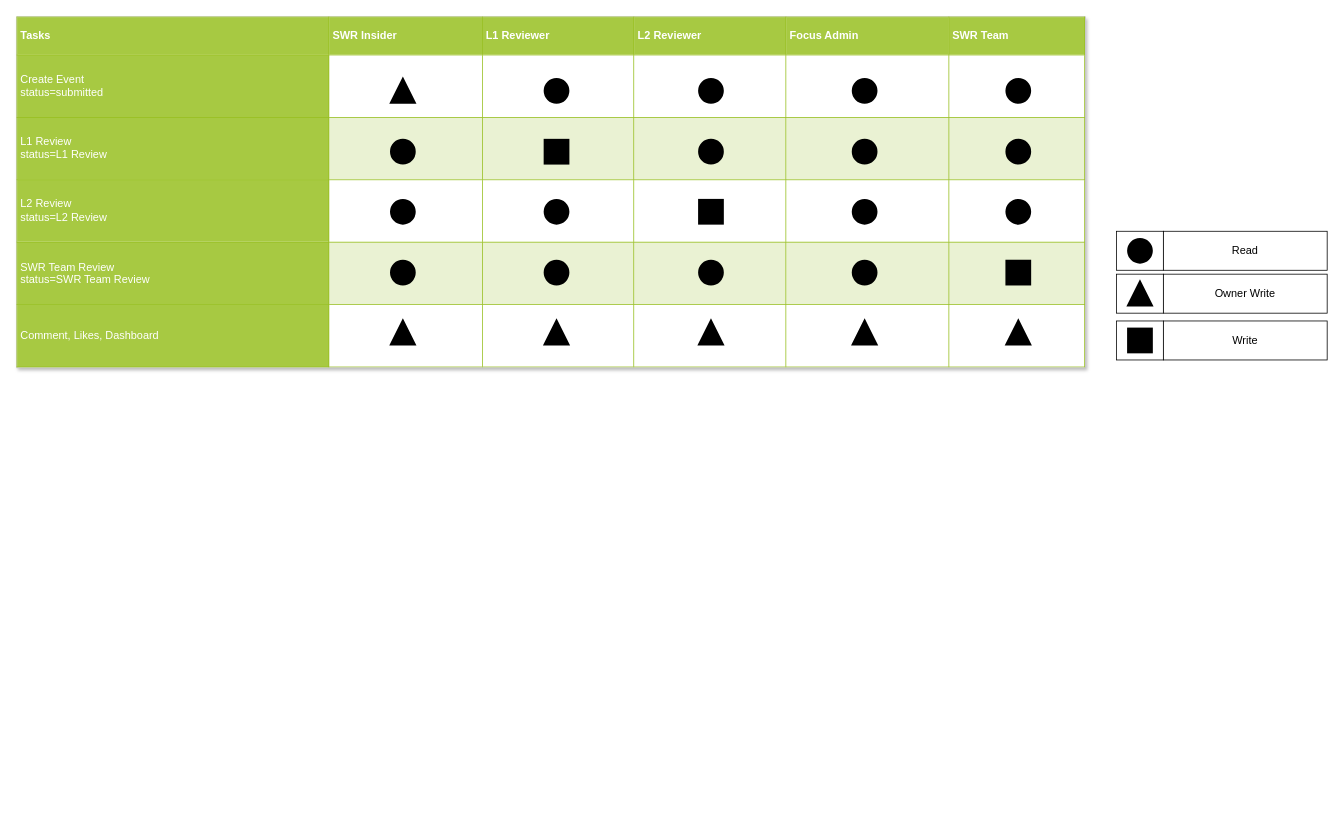
skinwalker-ranch-insiders/anomaly_reporting_diagrams keeps this draw.io diagram as diagrams/swr_access_matrix.drawio. Above is the earlier version. Source tidied: cells renumbered, new cells numbered last; positions are measured from the earlier drawing's top-left corner, leaving out a move shared by most shapes. Both pictures are drawn from the tidied source at 78%, with x=0, y=0 at pixel (16, 16).
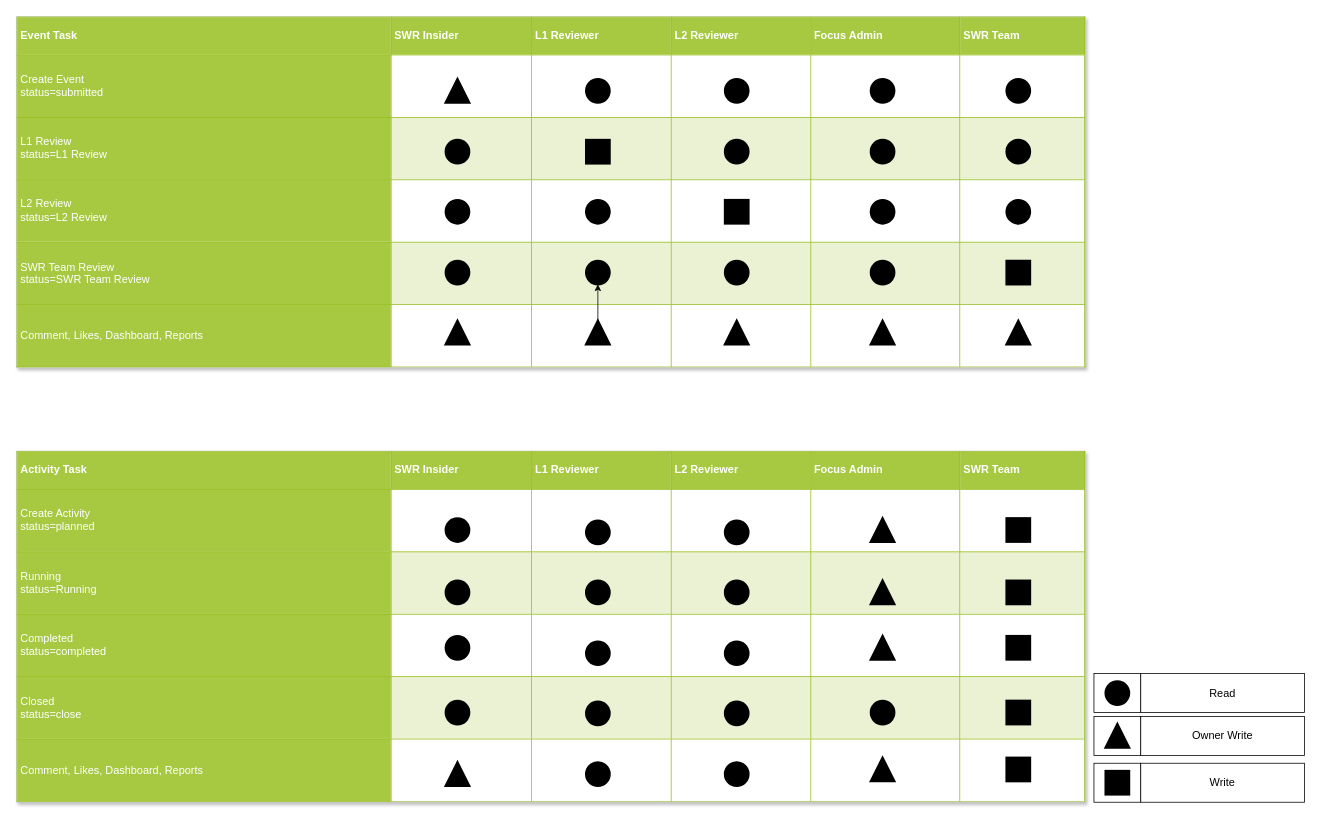
After the change.

Commit message (it also covers changes not shown here):
Activity Matrix added

Change to the diagram source:
```diff
@@
     <mxCell id="2" style="whiteSpace=wrap;html=1;rounded=0;shadow=0;strokeWidth=1;fontSize=14;" parent="1" vertex="1">
-      <mxGeometry x="1410" y="390" width="60" height="50" as="geometry" />
+      <mxGeometry x="1381" y="957" width="60" height="50" as="geometry" />
     </mxCell>
     <mxCell id="3" value="Write" style="whiteSpace=wrap;html=1;rounded=0;shadow=0;strokeWidth=1;fontSize=14;" parent="1" vertex="1">
-      <mxGeometry x="1470" y="390" width="210" height="50" as="geometry" />
+      <mxGeometry x="1441" y="957" width="210" height="50" as="geometry" />
     </mxCell>
     <mxCell id="4" style="whiteSpace=wrap;html=1;rounded=0;shadow=0;strokeWidth=1;fontSize=14;" parent="1" vertex="1">
-      <mxGeometry x="1410" y="330" width="60" height="50" as="geometry" />
+      <mxGeometry x="1381" y="897" width="60" height="50" as="geometry" />
     </mxCell>
     <mxCell id="5" value="Owner Write" style="whiteSpace=wrap;html=1;rounded=0;shadow=0;strokeWidth=1;fontSize=14;" parent="1" vertex="1">
-      <mxGeometry x="1470" y="330" width="210" height="50" as="geometry" />
+      <mxGeometry x="1441" y="897" width="210" height="50" as="geometry" />
     </mxCell>
     <mxCell id="6" style="whiteSpace=wrap;html=1;rounded=0;shadow=0;strokeWidth=1;fontSize=14;" parent="1" vertex="1">
-      <mxGeometry x="1410" y="275" width="60" height="50" as="geometry" />
+      <mxGeometry x="1381" y="842" width="60" height="50" as="geometry" />
     </mxCell>
     <mxCell id="7" value="Read" style="whiteSpace=wrap;html=1;rounded=0;shadow=0;strokeWidth=1;fontSize=14;" parent="1" vertex="1">
-      <mxGeometry x="1470" y="275" width="210" height="50" as="geometry" />
+      <mxGeometry x="1441" y="842" width="210" height="50" as="geometry" />
     </mxCell>
-    <mxCell id="8" value="&lt;table border=&quot;1&quot; width=&quot;100%&quot; cellpadding=&quot;4&quot; style=&quot;width: 100% ; height: 100% ; border-collapse: collapse&quot;&gt;&lt;tbody&gt;&lt;tr style=&quot;background-color: #a7c942 ; color: #ffffff ; border: 1px solid #98bf21&quot;&gt;&lt;th&gt;Tasks&lt;/th&gt;&lt;th&gt;SWR Insider&lt;/th&gt;&lt;th&gt;L1 Reviewer&lt;/th&gt;&lt;th&gt;L2 Reviewer&lt;/th&gt;&lt;th&gt;Focus Admin&lt;/th&gt;&lt;th&gt;SWR Team&lt;/th&gt;&lt;/tr&gt;&lt;tr style=&quot;border: 1px solid #98bf21&quot;&gt;&lt;td style=&quot;background-color: #a7c942 ; color: #ffffff ; border: 1px solid #98bf21&quot;&gt;Create Event&lt;br&gt;status=submitted&lt;/td&gt;&lt;td&gt;&lt;/td&gt;&lt;td&gt;&lt;/td&gt;&lt;td&gt;&lt;br&gt;&lt;/td&gt;&lt;td&gt;&lt;br&gt;&lt;/td&gt;&lt;td&gt;&lt;br&gt;&lt;/td&gt;&lt;/tr&gt;&lt;tr style=&quot;background-color: #eaf2d3 ; border: 1px solid #98bf21&quot;&gt;&lt;td style=&quot;background-color: #a7c942 ; color: #ffffff ; border: 1px solid #98bf21&quot;&gt;L1 Review&lt;br&gt;status=L1 Review&lt;/td&gt;&lt;td&gt;&lt;/td&gt;&lt;td&gt;&lt;/td&gt;&lt;td&gt;&lt;br&gt;&lt;/td&gt;&lt;td&gt;&lt;br&gt;&lt;/td&gt;&lt;td&gt;&lt;br&gt;&lt;/td&gt;&lt;/tr&gt;&lt;tr style=&quot;border: 1px solid #98bf21&quot;&gt;&lt;td style=&quot;background-color: #a7c942 ; color: #ffffff ; border: 1px solid #98bf21&quot;&gt;L2 Review&lt;br&gt;status=L2 Review&lt;/td&gt;&lt;td&gt;&lt;/td&gt;&lt;td&gt;&lt;/td&gt;&lt;td&gt;&lt;br&gt;&lt;/td&gt;&lt;td&gt;&lt;br&gt;&lt;/td&gt;&lt;td&gt;&lt;br&gt;&lt;/td&gt;&lt;/tr&gt;&lt;tr style=&quot;background-color: #eaf2d3 ; border: 1px solid #98bf21&quot;&gt;&lt;td style=&quot;background-color: #a7c942 ; color: #ffffff ; border: 1px solid #98bf21&quot;&gt;SWR Team Review&lt;br&gt;status=SWR Team Review&lt;/td&gt;&lt;td&gt;&lt;/td&gt;&lt;td&gt;&lt;/td&gt;&lt;td&gt;&lt;br&gt;&lt;/td&gt;&lt;td&gt;&lt;br&gt;&lt;/td&gt;&lt;td&gt;&lt;br&gt;&lt;/td&gt;&lt;/tr&gt;&lt;tr style=&quot;border: 1px solid #98bf21&quot;&gt;&lt;td style=&quot;background-color: #a7c942 ; color: #ffffff ; border: 1px solid #98bf21&quot;&gt;Comment, Likes, Dashboard&lt;/td&gt;&lt;td&gt;&lt;br&gt;&lt;br&gt;&lt;/td&gt;&lt;td&gt;&lt;/td&gt;&lt;td&gt;&lt;/td&gt;&lt;td&gt;&lt;/td&gt;&lt;td&gt;&lt;/td&gt;&lt;/tr&gt;&lt;/tbody&gt;&lt;/table&gt;" style="text;html=1;strokeColor=#c0c0c0;fillColor=#ffffff;overflow=fill;rounded=0;shadow=1;fontSize=14;fontColor=#000000;" parent="1" vertex="1">
+    <mxCell id="8" value="&lt;table border=&quot;1&quot; width=&quot;100%&quot; cellpadding=&quot;4&quot; style=&quot;width: 100% ; height: 100% ; border-collapse: collapse&quot;&gt;&lt;tbody&gt;&lt;tr style=&quot;background-color: #a7c942 ; color: #ffffff ; border: 1px solid #98bf21&quot;&gt;&lt;th&gt;Event Task&lt;/th&gt;&lt;th&gt;SWR Insider&lt;/th&gt;&lt;th&gt;L1 Reviewer&lt;/th&gt;&lt;th&gt;L2 Reviewer&lt;/th&gt;&lt;th&gt;Focus Admin&lt;/th&gt;&lt;th&gt;SWR Team&lt;/th&gt;&lt;/tr&gt;&lt;tr style=&quot;border: 1px solid #98bf21&quot;&gt;&lt;td style=&quot;background-color: #a7c942 ; color: #ffffff ; border: 1px solid #98bf21&quot;&gt;Create Event&lt;br&gt;status=submitted&lt;/td&gt;&lt;td&gt;&lt;/td&gt;&lt;td&gt;&lt;/td&gt;&lt;td&gt;&lt;br&gt;&lt;/td&gt;&lt;td&gt;&lt;br&gt;&lt;/td&gt;&lt;td&gt;&lt;br&gt;&lt;/td&gt;&lt;/tr&gt;&lt;tr style=&quot;background-color: #eaf2d3 ; border: 1px solid #98bf21&quot;&gt;&lt;td style=&quot;background-color: #a7c942 ; color: #ffffff ; border: 1px solid #98bf21&quot;&gt;L1 Review&lt;br&gt;status=L1 Review&lt;/td&gt;&lt;td&gt;&lt;/td&gt;&lt;td&gt;&lt;/td&gt;&lt;td&gt;&lt;br&gt;&lt;/td&gt;&lt;td&gt;&lt;br&gt;&lt;/td&gt;&lt;td&gt;&lt;br&gt;&lt;/td&gt;&lt;/tr&gt;&lt;tr style=&quot;border: 1px solid #98bf21&quot;&gt;&lt;td style=&quot;background-color: #a7c942 ; color: #ffffff ; border: 1px solid #98bf21&quot;&gt;L2 Review&lt;br&gt;status=L2 Review&lt;/td&gt;&lt;td&gt;&lt;/td&gt;&lt;td&gt;&lt;/td&gt;&lt;td&gt;&lt;br&gt;&lt;/td&gt;&lt;td&gt;&lt;br&gt;&lt;/td&gt;&lt;td&gt;&lt;br&gt;&lt;/td&gt;&lt;/tr&gt;&lt;tr style=&quot;background-color: #eaf2d3 ; border: 1px solid #98bf21&quot;&gt;&lt;td style=&quot;background-color: #a7c942 ; color: #ffffff ; border: 1px solid #98bf21&quot;&gt;SWR Team Review&lt;br&gt;status=SWR Team Review&lt;/td&gt;&lt;td&gt;&lt;/td&gt;&lt;td&gt;&lt;/td&gt;&lt;td&gt;&lt;br&gt;&lt;/td&gt;&lt;td&gt;&lt;br&gt;&lt;/td&gt;&lt;td&gt;&lt;br&gt;&lt;/td&gt;&lt;/tr&gt;&lt;tr style=&quot;border: 1px solid #98bf21&quot;&gt;&lt;td style=&quot;background-color: #a7c942 ; color: #ffffff ; border: 1px solid #98bf21&quot;&gt;Comment, Likes, Dashboard, Reports&lt;/td&gt;&lt;td&gt;&lt;br&gt;&lt;br&gt;&lt;/td&gt;&lt;td&gt;&lt;/td&gt;&lt;td&gt;&lt;/td&gt;&lt;td&gt;&lt;/td&gt;&lt;td&gt;&lt;/td&gt;&lt;/tr&gt;&lt;/tbody&gt;&lt;/table&gt;" style="text;html=1;strokeColor=#c0c0c0;fillColor=#ffffff;overflow=fill;rounded=0;shadow=1;fontSize=14;fontColor=#000000;" parent="1" vertex="1">
       <mxGeometry width="1370" height="450" as="geometry" />
     </mxCell>
     <mxCell id="9" style="ellipse;whiteSpace=wrap;html=1;rounded=0;shadow=0;strokeWidth=3;fontSize=14;fillColor=#000000;" parent="1" vertex="1">
-      <mxGeometry x="1425" y="285" width="30" height="30" as="geometry" />
+      <mxGeometry x="1396" y="852" width="30" height="30" as="geometry" />
     </mxCell>
     <mxCell id="10" style="triangle;whiteSpace=wrap;html=1;rounded=0;shadow=0;strokeWidth=3;fillColor=#000000;fontSize=14;direction=north;" parent="1" vertex="1">
-      <mxGeometry x="1425" y="340" width="30" height="30" as="geometry" />
+      <mxGeometry x="1396" y="907" width="30" height="30" as="geometry" />
     </mxCell>
     <mxCell id="11" style="ellipse;whiteSpace=wrap;html=1;rounded=0;shadow=0;strokeWidth=3;fontSize=14;fillColor=#000000;" parent="1" vertex="1">
-      <mxGeometry x="677" y="80" width="30" height="30" as="geometry" />
+      <mxGeometry x="730" y="80" width="30" height="30" as="geometry" />
     </mxCell>
     <mxCell id="12" style="triangle;whiteSpace=wrap;html=1;rounded=0;shadow=0;strokeWidth=3;fillColor=#000000;fontSize=14;direction=north;" parent="1" vertex="1">
-      <mxGeometry x="480" y="80" width="30" height="30" as="geometry" />
+      <mxGeometry x="550" y="80" width="30" height="30" as="geometry" />
     </mxCell>
     <mxCell id="13" style="whiteSpace=wrap;html=1;rounded=0;shadow=0;strokeWidth=3;fillColor=#000000;fontSize=14;" parent="1" vertex="1">
-      <mxGeometry x="1425" y="400" width="30" height="30" as="geometry" />
+      <mxGeometry x="1396" y="967" width="30" height="30" as="geometry" />
     </mxCell>
     <mxCell id="14" style="ellipse;whiteSpace=wrap;html=1;rounded=0;shadow=0;strokeWidth=3;fontSize=14;fillColor=#000000;" parent="1" vertex="1">
-      <mxGeometry x="875" y="80" width="30" height="30" as="geometry" />
+      <mxGeometry x="908" y="80" width="30" height="30" as="geometry" />
     </mxCell>
     <mxCell id="15" style="ellipse;whiteSpace=wrap;html=1;rounded=0;shadow=0;strokeWidth=3;fontSize=14;fillColor=#000000;" parent="1" vertex="1">
-      <mxGeometry x="1072" y="80" width="30" height="30" as="geometry" />
+      <mxGeometry x="1095" y="80" width="30" height="30" as="geometry" />
     </mxCell>
@@
     <mxCell id="17" style="whiteSpace=wrap;html=1;rounded=0;shadow=0;strokeWidth=3;fillColor=#000000;fontSize=14;" parent="1" vertex="1">
-      <mxGeometry x="677" y="158" width="30" height="30" as="geometry" />
+      <mxGeometry x="730" y="158" width="30" height="30" as="geometry" />
     </mxCell>
     <mxCell id="18" style="whiteSpace=wrap;html=1;rounded=0;shadow=0;strokeWidth=3;fillColor=#000000;fontSize=14;" parent="1" vertex="1">
-      <mxGeometry x="875" y="235" width="30" height="30" as="geometry" />
+      <mxGeometry x="908" y="235" width="30" height="30" as="geometry" />
     </mxCell>
@@
     <mxCell id="20" style="ellipse;whiteSpace=wrap;html=1;rounded=0;shadow=0;strokeWidth=3;fontSize=14;fillColor=#000000;" parent="1" vertex="1">
-      <mxGeometry x="480" y="158" width="30" height="30" as="geometry" />
+      <mxGeometry x="550" y="158" width="30" height="30" as="geometry" />
     </mxCell>
     <mxCell id="21" style="ellipse;whiteSpace=wrap;html=1;rounded=0;shadow=0;strokeWidth=3;fontSize=14;fillColor=#000000;" parent="1" vertex="1">
-      <mxGeometry x="480" y="235" width="30" height="30" as="geometry" />
+      <mxGeometry x="550" y="235" width="30" height="30" as="geometry" />
     </mxCell>
     <mxCell id="22" style="ellipse;whiteSpace=wrap;html=1;rounded=0;shadow=0;strokeWidth=3;fontSize=14;fillColor=#000000;" parent="1" vertex="1">
-      <mxGeometry x="480" y="313" width="30" height="30" as="geometry" />
+      <mxGeometry x="550" y="313" width="30" height="30" as="geometry" />
     </mxCell>
     <mxCell id="23" style="ellipse;whiteSpace=wrap;html=1;rounded=0;shadow=0;strokeWidth=3;fontSize=14;fillColor=#000000;" parent="1" vertex="1">
-      <mxGeometry x="677" y="313" width="30" height="30" as="geometry" />
+      <mxGeometry x="730" y="313" width="30" height="30" as="geometry" />
     </mxCell>
     <mxCell id="24" style="ellipse;whiteSpace=wrap;html=1;rounded=0;shadow=0;strokeWidth=3;fontSize=14;fillColor=#000000;" parent="1" vertex="1">
-      <mxGeometry x="677" y="235" width="30" height="30" as="geometry" />
+      <mxGeometry x="730" y="235" width="30" height="30" as="geometry" />
     </mxCell>
     <mxCell id="25" style="ellipse;whiteSpace=wrap;html=1;rounded=0;shadow=0;strokeWidth=3;fontSize=14;fillColor=#000000;" parent="1" vertex="1">
-      <mxGeometry x="875" y="313" width="30" height="30" as="geometry" />
+      <mxGeometry x="908" y="313" width="30" height="30" as="geometry" />
     </mxCell>
     <mxCell id="26" style="ellipse;whiteSpace=wrap;html=1;rounded=0;shadow=0;strokeWidth=3;fontSize=14;fillColor=#000000;" parent="1" vertex="1">
-      <mxGeometry x="1072" y="313" width="30" height="30" as="geometry" />
+      <mxGeometry x="1095" y="313" width="30" height="30" as="geometry" />
     </mxCell>
     <mxCell id="27" style="ellipse;whiteSpace=wrap;html=1;rounded=0;shadow=0;strokeWidth=3;fontSize=14;fillColor=#000000;" parent="1" vertex="1">
-      <mxGeometry x="875" y="158" width="30" height="30" as="geometry" />
+      <mxGeometry x="908" y="158" width="30" height="30" as="geometry" />
     </mxCell>
     <mxCell id="28" style="ellipse;whiteSpace=wrap;html=1;rounded=0;shadow=0;strokeWidth=3;fontSize=14;fillColor=#000000;" parent="1" vertex="1">
-      <mxGeometry x="1072" y="235" width="30" height="30" as="geometry" />
+      <mxGeometry x="1095" y="235" width="30" height="30" as="geometry" />
     </mxCell>
     <mxCell id="29" style="ellipse;whiteSpace=wrap;html=1;rounded=0;shadow=0;strokeWidth=3;fontSize=14;fillColor=#000000;" parent="1" vertex="1">
-      <mxGeometry x="1072" y="158" width="30" height="30" as="geometry" />
+      <mxGeometry x="1095" y="158" width="30" height="30" as="geometry" />
     </mxCell>
@@
     <mxCell id="32" style="triangle;whiteSpace=wrap;html=1;rounded=0;shadow=0;strokeWidth=3;fillColor=#000000;fontSize=14;direction=north;" parent="1" vertex="1">
-      <mxGeometry x="480" y="390" width="30" height="30" as="geometry" />
+      <mxGeometry x="550" y="390" width="30" height="30" as="geometry" />
     </mxCell>
+    <mxCell id="37" style="edgeStyle=orthogonalEdgeStyle;rounded=0;jettySize=auto;html=1;" parent="1" edge="1" source="33" target="23">
+      <mxGeometry relative="1" as="geometry" />
+    </mxCell>
     <mxCell id="33" style="triangle;whiteSpace=wrap;html=1;rounded=0;shadow=0;strokeWidth=3;fillColor=#000000;fontSize=14;direction=north;" parent="1" vertex="1">
-      <mxGeometry x="677" y="390" width="30" height="30" as="geometry" />
+      <mxGeometry x="730" y="390" width="30" height="30" as="geometry" />
     </mxCell>
     <mxCell id="34" style="triangle;whiteSpace=wrap;html=1;rounded=0;shadow=0;strokeWidth=3;fillColor=#000000;fontSize=14;direction=north;" parent="1" vertex="1">
-      <mxGeometry x="875" y="390" width="30" height="30" as="geometry" />
+      <mxGeometry x="908" y="390" width="30" height="30" as="geometry" />
     </mxCell>
     <mxCell id="35" style="triangle;whiteSpace=wrap;html=1;rounded=0;shadow=0;strokeWidth=3;fillColor=#000000;fontSize=14;direction=north;" parent="1" vertex="1">
-      <mxGeometry x="1072" y="390" width="30" height="30" as="geometry" />
+      <mxGeometry x="1095" y="390" width="30" height="30" as="geometry" />
     </mxCell>
@@
+    <mxCell id="38" value="&lt;table border=&quot;1&quot; width=&quot;100%&quot; cellpadding=&quot;4&quot; style=&quot;width: 100% ; height: 100% ; border-collapse: collapse&quot;&gt;&lt;tbody&gt;&lt;tr style=&quot;background-color: #a7c942 ; color: #ffffff ; border: 1px solid #98bf21&quot;&gt;&lt;th&gt;Activity Task&lt;/th&gt;&lt;th&gt;SWR Insider&lt;/th&gt;&lt;th&gt;L1 Reviewer&lt;/th&gt;&lt;th&gt;L2 Reviewer&lt;/th&gt;&lt;th&gt;Focus Admin&lt;/th&gt;&lt;th&gt;SWR Team&lt;/th&gt;&lt;/tr&gt;&lt;tr style=&quot;border: 1px solid #98bf21&quot;&gt;&lt;td style=&quot;background-color: #a7c942 ; color: #ffffff ; border: 1px solid #98bf21&quot;&gt;Create Activity&lt;br&gt;status=planned&lt;/td&gt;&lt;td&gt;&lt;/td&gt;&lt;td&gt;&lt;/td&gt;&lt;td&gt;&lt;br&gt;&lt;/td&gt;&lt;td&gt;&lt;br&gt;&lt;/td&gt;&lt;td&gt;&lt;br&gt;&lt;/td&gt;&lt;/tr&gt;&lt;tr style=&quot;background-color: #eaf2d3 ; border: 1px solid #98bf21&quot;&gt;&lt;td style=&quot;background-color: #a7c942 ; color: #ffffff ; border: 1px solid #98bf21&quot;&gt;Running&lt;br&gt;status=Running&lt;/td&gt;&lt;td&gt;&lt;/td&gt;&lt;td&gt;&lt;/td&gt;&lt;td&gt;&lt;br&gt;&lt;/td&gt;&lt;td&gt;&lt;br&gt;&lt;/td&gt;&lt;td&gt;&lt;br&gt;&lt;/td&gt;&lt;/tr&gt;&lt;tr style=&quot;border: 1px solid #98bf21&quot;&gt;&lt;td style=&quot;background-color: #a7c942 ; color: #ffffff ; border: 1px solid #98bf21&quot;&gt;Completed&lt;br&gt;status=completed&lt;/td&gt;&lt;td&gt;&lt;/td&gt;&lt;td&gt;&lt;/td&gt;&lt;td&gt;&lt;br&gt;&lt;/td&gt;&lt;td&gt;&lt;br&gt;&lt;/td&gt;&lt;td&gt;&lt;br&gt;&lt;/td&gt;&lt;/tr&gt;&lt;tr style=&quot;background-color: #eaf2d3 ; border: 1px solid #98bf21&quot;&gt;&lt;td style=&quot;background-color: #a7c942 ; color: #ffffff ; border: 1px solid #98bf21&quot;&gt;Closed&lt;br&gt;status=close&lt;/td&gt;&lt;td&gt;&lt;/td&gt;&lt;td&gt;&lt;/td&gt;&lt;td&gt;&lt;br&gt;&lt;/td&gt;&lt;td&gt;&lt;br&gt;&lt;/td&gt;&lt;td&gt;&lt;br&gt;&lt;/td&gt;&lt;/tr&gt;&lt;tr style=&quot;border: 1px solid #98bf21&quot;&gt;&lt;td style=&quot;background-color: #a7c942 ; color: #ffffff ; border: 1px solid #98bf21&quot;&gt;Comment, Likes, Dashboard, Reports&lt;/td&gt;&lt;td&gt;&lt;br&gt;&lt;br&gt;&lt;/td&gt;&lt;td&gt;&lt;/td&gt;&lt;td&gt;&lt;/td&gt;&lt;td&gt;&lt;/td&gt;&lt;td&gt;&lt;/td&gt;&lt;/tr&gt;&lt;/tbody&gt;&lt;/table&gt;" style="text;html=1;strokeColor=#c0c0c0;fillColor=#ffffff;overflow=fill;rounded=0;shadow=1;fontSize=14;fontColor=#000000;" parent="1" vertex="1">
+      <mxGeometry y="557" width="1370" height="450" as="geometry" />
+    </mxCell>
+    <mxCell id="39" style="triangle;whiteSpace=wrap;html=1;rounded=0;shadow=0;strokeWidth=3;fillColor=#000000;fontSize=14;direction=north;" parent="1" vertex="1">
+      <mxGeometry x="1095" y="643" width="30" height="30" as="geometry" />
+    </mxCell>
+    <mxCell id="40" style="ellipse;whiteSpace=wrap;html=1;rounded=0;shadow=0;strokeWidth=3;fontSize=14;fillColor=#000000;" parent="1" vertex="1">
+      <mxGeometry x="550" y="643" width="30" height="30" as="geometry" />
+    </mxCell>
+    <mxCell id="41" style="ellipse;whiteSpace=wrap;html=1;rounded=0;shadow=0;strokeWidth=3;fontSize=14;fillColor=#000000;" parent="1" vertex="1">
+      <mxGeometry x="550" y="723" width="30" height="30" as="geometry" />
+    </mxCell>
+    <mxCell id="42" style="ellipse;whiteSpace=wrap;html=1;rounded=0;shadow=0;strokeWidth=3;fontSize=14;fillColor=#000000;" parent="1" vertex="1">
+      <mxGeometry x="550" y="794" width="30" height="30" as="geometry" />
+    </mxCell>
+    <mxCell id="43" style="ellipse;whiteSpace=wrap;html=1;rounded=0;shadow=0;strokeWidth=3;fontSize=14;fillColor=#000000;" parent="1" vertex="1">
+      <mxGeometry x="550" y="877" width="30" height="30" as="geometry" />
+    </mxCell>
+    <mxCell id="44" style="triangle;whiteSpace=wrap;html=1;rounded=0;shadow=0;strokeWidth=3;fillColor=#000000;fontSize=14;direction=north;" parent="1" vertex="1">
+      <mxGeometry x="550" y="956" width="30" height="30" as="geometry" />
+    </mxCell>
+    <mxCell id="45" style="triangle;whiteSpace=wrap;html=1;rounded=0;shadow=0;strokeWidth=3;fillColor=#000000;fontSize=14;direction=north;" parent="1" vertex="1">
+      <mxGeometry x="1095" y="723" width="30" height="30" as="geometry" />
+    </mxCell>
+    <mxCell id="46" style="triangle;whiteSpace=wrap;html=1;rounded=0;shadow=0;strokeWidth=3;fillColor=#000000;fontSize=14;direction=north;" parent="1" vertex="1">
+      <mxGeometry x="1095" y="794" width="30" height="30" as="geometry" />
+    </mxCell>
+    <mxCell id="47" style="ellipse;whiteSpace=wrap;html=1;rounded=0;shadow=0;strokeWidth=3;fontSize=14;fillColor=#000000;" parent="1" vertex="1">
+      <mxGeometry x="1095" y="877" width="30" height="30" as="geometry" />
+    </mxCell>
+    <mxCell id="48" style="triangle;whiteSpace=wrap;html=1;rounded=0;shadow=0;strokeWidth=3;fillColor=#000000;fontSize=14;direction=north;" parent="1" vertex="1">
+      <mxGeometry x="1095" y="950" width="30" height="30" as="geometry" />
+    </mxCell>
+    <mxCell id="49" style="whiteSpace=wrap;html=1;rounded=0;shadow=0;strokeWidth=3;fillColor=#000000;fontSize=14;" parent="1" vertex="1">
+      <mxGeometry x="1269" y="643" width="30" height="30" as="geometry" />
+    </mxCell>
+    <mxCell id="50" style="whiteSpace=wrap;html=1;rounded=0;shadow=0;strokeWidth=3;fillColor=#000000;fontSize=14;" parent="1" vertex="1">
+      <mxGeometry x="1269" y="723" width="30" height="30" as="geometry" />
+    </mxCell>
+    <mxCell id="51" style="whiteSpace=wrap;html=1;rounded=0;shadow=0;strokeWidth=3;fillColor=#000000;fontSize=14;" parent="1" vertex="1">
+      <mxGeometry x="1269" y="794" width="30" height="30" as="geometry" />
+    </mxCell>
+    <mxCell id="52" style="whiteSpace=wrap;html=1;rounded=0;shadow=0;strokeWidth=3;fillColor=#000000;fontSize=14;" parent="1" vertex="1">
+      <mxGeometry x="1269" y="877" width="30" height="30" as="geometry" />
+    </mxCell>
+    <mxCell id="53" style="whiteSpace=wrap;html=1;rounded=0;shadow=0;strokeWidth=3;fillColor=#000000;fontSize=14;" parent="1" vertex="1">
+      <mxGeometry x="1269" y="950" width="30" height="30" as="geometry" />
+    </mxCell>
+    <mxCell id="54" style="ellipse;whiteSpace=wrap;html=1;rounded=0;shadow=0;strokeWidth=3;fontSize=14;fillColor=#000000;" parent="1" vertex="1">
+      <mxGeometry x="730" y="646" width="30" height="30" as="geometry" />
+    </mxCell>
+    <mxCell id="55" style="ellipse;whiteSpace=wrap;html=1;rounded=0;shadow=0;strokeWidth=3;fontSize=14;fillColor=#000000;" parent="1" vertex="1">
+      <mxGeometry x="730" y="723" width="30" height="30" as="geometry" />
+    </mxCell>
+    <mxCell id="56" style="ellipse;whiteSpace=wrap;html=1;rounded=0;shadow=0;strokeWidth=3;fontSize=14;fillColor=#000000;" parent="1" vertex="1">
+      <mxGeometry x="730" y="956" width="30" height="30" as="geometry" />
+    </mxCell>
+    <mxCell id="57" style="ellipse;whiteSpace=wrap;html=1;rounded=0;shadow=0;strokeWidth=3;fontSize=14;fillColor=#000000;" parent="1" vertex="1">
+      <mxGeometry x="730" y="878" width="30" height="30" as="geometry" />
+    </mxCell>
+    <mxCell id="58" style="ellipse;whiteSpace=wrap;html=1;rounded=0;shadow=0;strokeWidth=3;fontSize=14;fillColor=#000000;" parent="1" vertex="1">
+      <mxGeometry x="730" y="801" width="30" height="30" as="geometry" />
+    </mxCell>
+    <mxCell id="59" style="ellipse;whiteSpace=wrap;html=1;rounded=0;shadow=0;strokeWidth=3;fontSize=14;fillColor=#000000;" parent="1" vertex="1">
+      <mxGeometry x="908" y="646" width="30" height="30" as="geometry" />
+    </mxCell>
+    <mxCell id="60" style="ellipse;whiteSpace=wrap;html=1;rounded=0;shadow=0;strokeWidth=3;fontSize=14;fillColor=#000000;" parent="1" vertex="1">
+      <mxGeometry x="908" y="723" width="30" height="30" as="geometry" />
+    </mxCell>
+    <mxCell id="61" style="ellipse;whiteSpace=wrap;html=1;rounded=0;shadow=0;strokeWidth=3;fontSize=14;fillColor=#000000;" parent="1" vertex="1">
+      <mxGeometry x="908" y="956" width="30" height="30" as="geometry" />
+    </mxCell>
+    <mxCell id="62" style="ellipse;whiteSpace=wrap;html=1;rounded=0;shadow=0;strokeWidth=3;fontSize=14;fillColor=#000000;" parent="1" vertex="1">
+      <mxGeometry x="908" y="878" width="30" height="30" as="geometry" />
+    </mxCell>
+    <mxCell id="63" style="ellipse;whiteSpace=wrap;html=1;rounded=0;shadow=0;strokeWidth=3;fontSize=14;fillColor=#000000;" parent="1" vertex="1">
+      <mxGeometry x="908" y="801" width="30" height="30" as="geometry" />
+    </mxCell>
```
